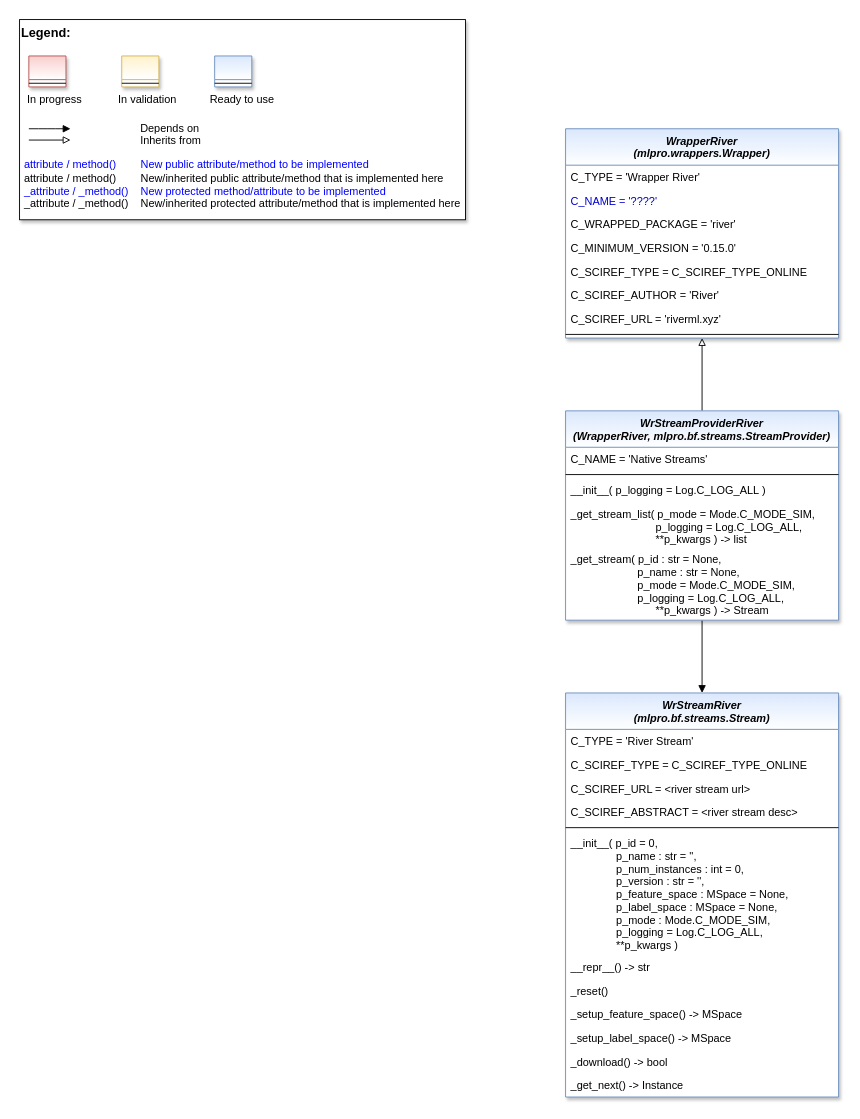
The draw.io diagram doc/rtd/content/02_api/images/MLPro-Int-Scikit-learn-Streams.drawio in fhswf/MLPro-Int-scikit-learn, before the edit. Source tidied: cells renumbered, new cells numbered last; positions are measured from the earlier drawing's top-left corner, leaving out a move shared by most shapes. Both pictures are drawn from the tidied source at 91%, with x=0, y=0 at pixel (19, 19).
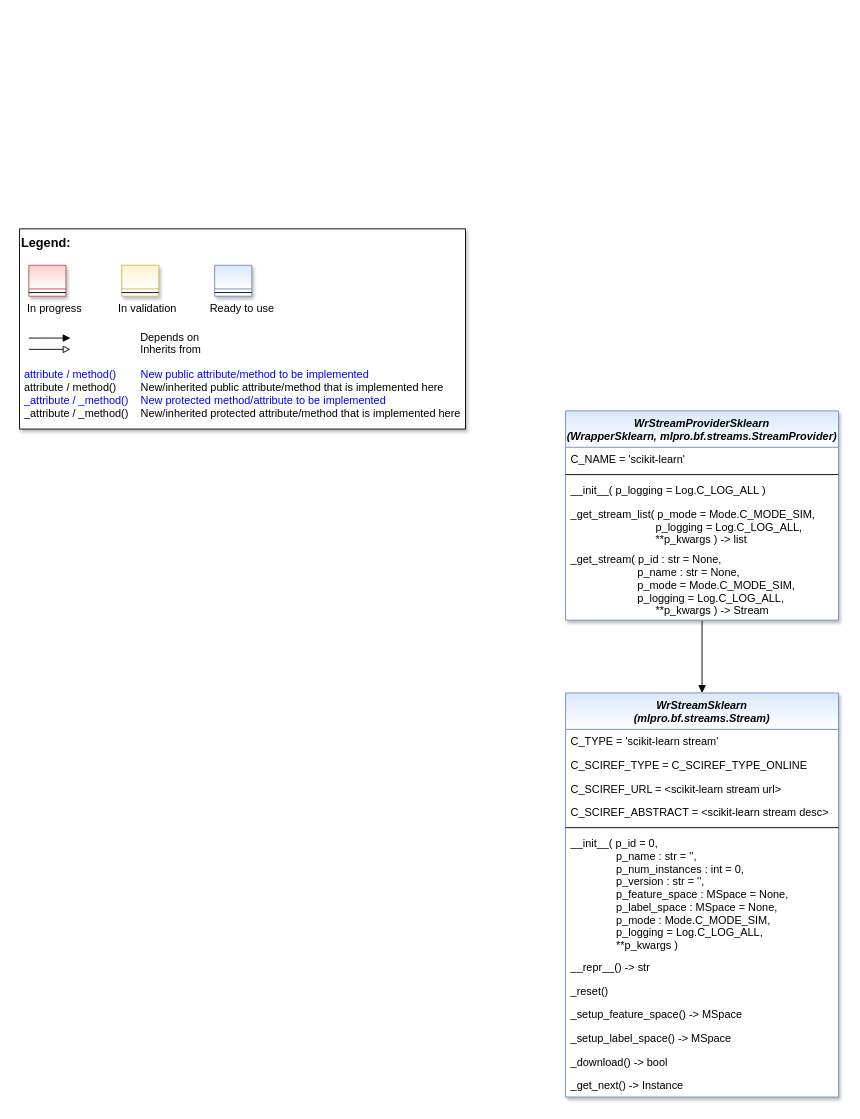
After the change.

Diff of the diagram source:
```diff
@@
     <mxCell id="2" style="group;" parent="1" vertex="1">
-      <mxGeometry width="490" height="220" as="geometry" />
+      <mxGeometry y="230" width="490" height="220" as="geometry" />
     </mxCell>
@@
-    <mxCell id="13" style="edgeStyle=orthogonalEdgeStyle;rounded=0;jettySize=auto;html=1;entryX=0.5;entryY=1;entryDx=0;entryDy=0;endArrow=block;endFill=0;" parent="1" edge="1" source="14" target="20">
-      <mxGeometry relative="1" as="geometry" />
-    </mxCell>
-    <mxCell id="14" value="WrStreamProviderRiver&#10;(WrapperRiver, mlpro.bf.streams.StreamProvider)" style="swimlane;fontStyle=3;align=center;verticalAlign=top;horizontal=1;startSize=40;rounded=0;shadow=1;strokeWidth=1;fillColor=#dae8fc;strokeColor=#6c8ebf;swimlaneFillColor=#ffffff;gradientColor=#FFFFFF;" parent="1" vertex="1">
+    <mxCell id="14" value="WrStreamProviderSklearn&#10;(WrapperSklearn, mlpro.bf.streams.StreamProvider)" style="swimlane;fontStyle=3;align=center;verticalAlign=top;horizontal=1;startSize=40;rounded=0;shadow=1;strokeWidth=1;fillColor=#dae8fc;strokeColor=#6c8ebf;swimlaneFillColor=#ffffff;gradientColor=#FFFFFF;" parent="1" vertex="1">
       <mxGeometry x="600" y="430" width="300" height="230" as="geometry" />
     </mxCell>
-    <mxCell id="15" value="C_NAME = 'Native Streams'" style="text;align=left;verticalAlign=top;spacingLeft=4;spacingRight=4;overflow=hidden;fontColor=default;" parent="14" vertex="1">
+    <mxCell id="15" value="C_NAME = 'scikit-learn'" style="text;align=left;verticalAlign=top;spacingLeft=4;spacingRight=4;overflow=hidden;fontColor=default;" parent="14" vertex="1">
       <mxGeometry y="40" width="300" height="26" as="geometry" />
     </mxCell>
@@
-    <mxCell id="20" value="WrapperRiver &#10;(mlpro.wrappers.Wrapper)" style="swimlane;fontStyle=3;align=center;verticalAlign=top;horizontal=1;startSize=40;rounded=0;shadow=1;strokeWidth=1;fillColor=#dae8fc;strokeColor=#6c8ebf;swimlaneFillColor=#ffffff;gradientColor=#FFFFFF;" parent="1" vertex="1">
-      <mxGeometry x="600" y="120" width="300" height="230" as="geometry" />
-    </mxCell>
-    <mxCell id="21" value="C_TYPE = 'Wrapper River'" style="text;align=left;verticalAlign=top;spacingLeft=4;spacingRight=4;overflow=hidden;fontColor=default;" parent="20" vertex="1">
-      <mxGeometry y="40" width="300" height="26" as="geometry" />
-    </mxCell>
-    <mxCell id="22" value="C_NAME = '????'" style="text;align=left;verticalAlign=top;spacingLeft=4;spacingRight=4;overflow=hidden;fontColor=#0000CC;" parent="20" vertex="1">
-      <mxGeometry y="66" width="300" height="26" as="geometry" />
-    </mxCell>
-    <mxCell id="23" value="C_WRAPPED_PACKAGE = 'river'" style="text;align=left;verticalAlign=top;spacingLeft=4;spacingRight=4;overflow=hidden;fontColor=default;" parent="20" vertex="1">
-      <mxGeometry y="92" width="300" height="26" as="geometry" />
-    </mxCell>
-    <mxCell id="24" value="C_MINIMUM_VERSION = '0.15.0'" style="text;align=left;verticalAlign=top;spacingLeft=4;spacingRight=4;overflow=hidden;fontColor=default;" parent="20" vertex="1">
-      <mxGeometry y="118" width="300" height="26" as="geometry" />
-    </mxCell>
-    <mxCell id="25" value="C_SCIREF_TYPE = C_SCIREF_TYPE_ONLINE" style="text;align=left;verticalAlign=top;spacingLeft=4;spacingRight=4;overflow=hidden;fontColor=default;" parent="20" vertex="1">
-      <mxGeometry y="144" width="300" height="26" as="geometry" />
-    </mxCell>
-    <mxCell id="26" value="C_SCIREF_AUTHOR = 'River'" style="text;align=left;verticalAlign=top;spacingLeft=4;spacingRight=4;overflow=hidden;fontColor=default;" parent="20" vertex="1">
-      <mxGeometry y="170" width="300" height="26" as="geometry" />
-    </mxCell>
-    <mxCell id="27" value="C_SCIREF_URL = 'riverml.xyz'" style="text;align=left;verticalAlign=top;spacingLeft=4;spacingRight=4;overflow=hidden;fontColor=default;" parent="20" vertex="1">
-      <mxGeometry y="196" width="300" height="26" as="geometry" />
-    </mxCell>
-    <mxCell id="28" style="line;html=1;strokeWidth=1;align=left;verticalAlign=middle;spacingTop=-1;spacingLeft=3;spacingRight=3;labelPosition=right;" parent="20" vertex="1">
-      <mxGeometry y="222" width="300" height="8" as="geometry" />
-    </mxCell>
-    <mxCell id="29" value="WrStreamRiver&#10;(mlpro.bf.streams.Stream)" style="swimlane;fontStyle=3;align=center;verticalAlign=top;horizontal=1;startSize=40;rounded=0;shadow=1;strokeWidth=1;fillColor=#dae8fc;strokeColor=#6c8ebf;swimlaneFillColor=#ffffff;gradientColor=#FFFFFF;" parent="1" vertex="1">
+    <mxCell id="29" value="WrStreamSklearn&#10;(mlpro.bf.streams.Stream)" style="swimlane;fontStyle=3;align=center;verticalAlign=top;horizontal=1;startSize=40;rounded=0;shadow=1;strokeWidth=1;fillColor=#dae8fc;strokeColor=#6c8ebf;swimlaneFillColor=#ffffff;gradientColor=#FFFFFF;" parent="1" vertex="1">
       <mxGeometry x="600" y="740" width="300" height="444" as="geometry" />
     </mxCell>
-    <mxCell id="30" value="C_TYPE = 'River Stream'" style="text;align=left;verticalAlign=top;spacingLeft=4;spacingRight=4;overflow=hidden;fontColor=default;" parent="29" vertex="1">
+    <mxCell id="30" value="C_TYPE = 'scikit-learn stream'" style="text;align=left;verticalAlign=top;spacingLeft=4;spacingRight=4;overflow=hidden;fontColor=default;" parent="29" vertex="1">
       <mxGeometry y="40" width="300" height="26" as="geometry" />
     </mxCell>
@@
-    <mxCell id="32" value="C_SCIREF_URL = &lt;river stream url&gt;" style="text;align=left;verticalAlign=top;spacingLeft=4;spacingRight=4;overflow=hidden;fontColor=default;" parent="29" vertex="1">
+    <mxCell id="32" value="C_SCIREF_URL = &lt;scikit-learn stream url&gt;" style="text;align=left;verticalAlign=top;spacingLeft=4;spacingRight=4;overflow=hidden;fontColor=default;" parent="29" vertex="1">
       <mxGeometry y="92" width="300" height="26" as="geometry" />
     </mxCell>
-    <mxCell id="33" value="C_SCIREF_ABSTRACT = &lt;river stream desc&gt;" style="text;align=left;verticalAlign=top;spacingLeft=4;spacingRight=4;overflow=hidden;fontColor=default;" parent="29" vertex="1">
+    <mxCell id="33" value="C_SCIREF_ABSTRACT = &lt;scikit-learn stream desc&gt;" style="text;align=left;verticalAlign=top;spacingLeft=4;spacingRight=4;overflow=hidden;fontColor=default;" parent="29" vertex="1">
       <mxGeometry y="118" width="300" height="26" as="geometry" />
     </mxCell>
```
